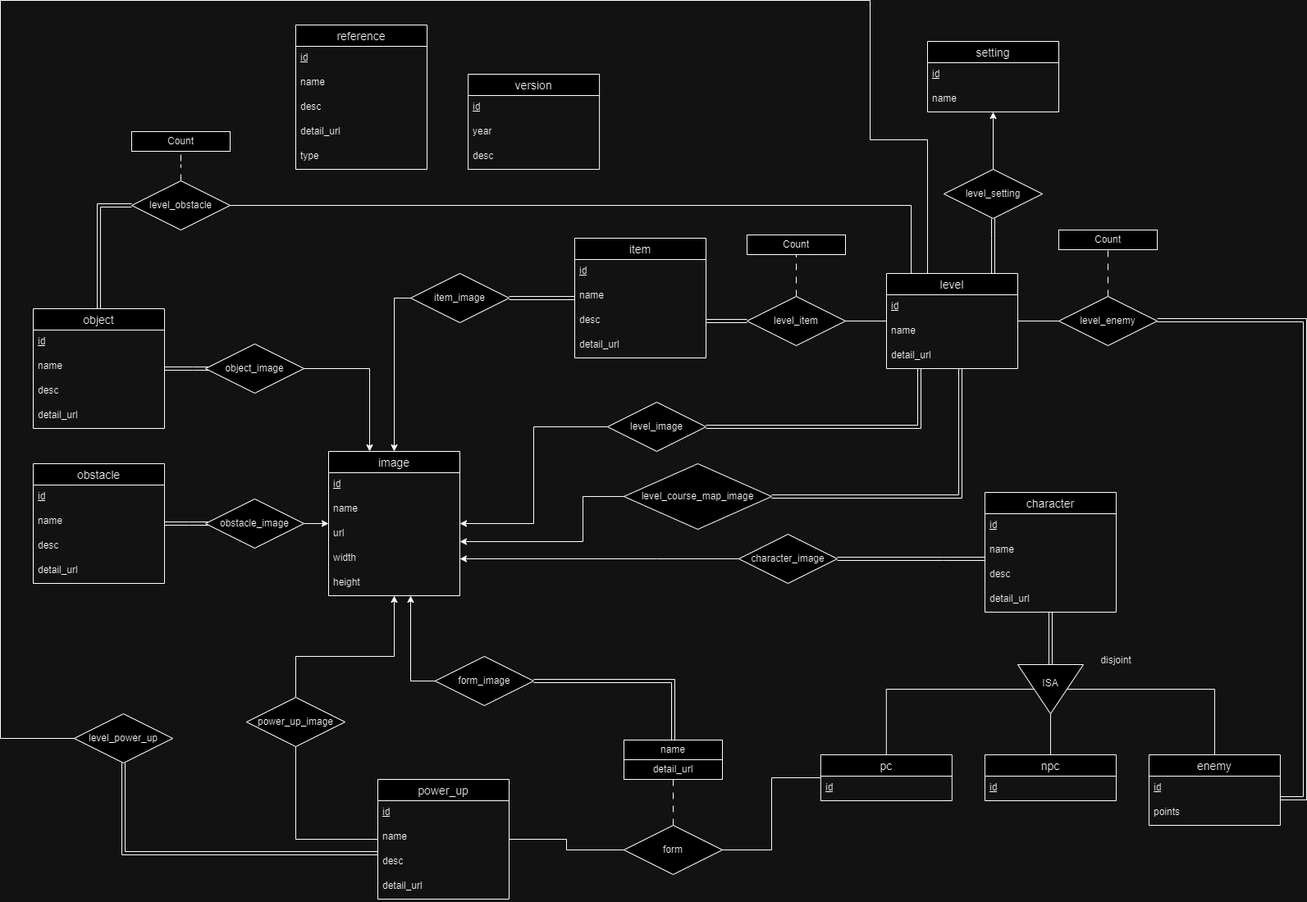
The draw.io diagram Data Storing/design/Mario-DB-ER.drawio.png in wargabasdat/Seleksi-2024-Tugas-1, before a commit. Source tidied: cells renumbered, new cells last; positions are measured from the earlier drawing's top-left corner, leaving out a move shared by most shapes.
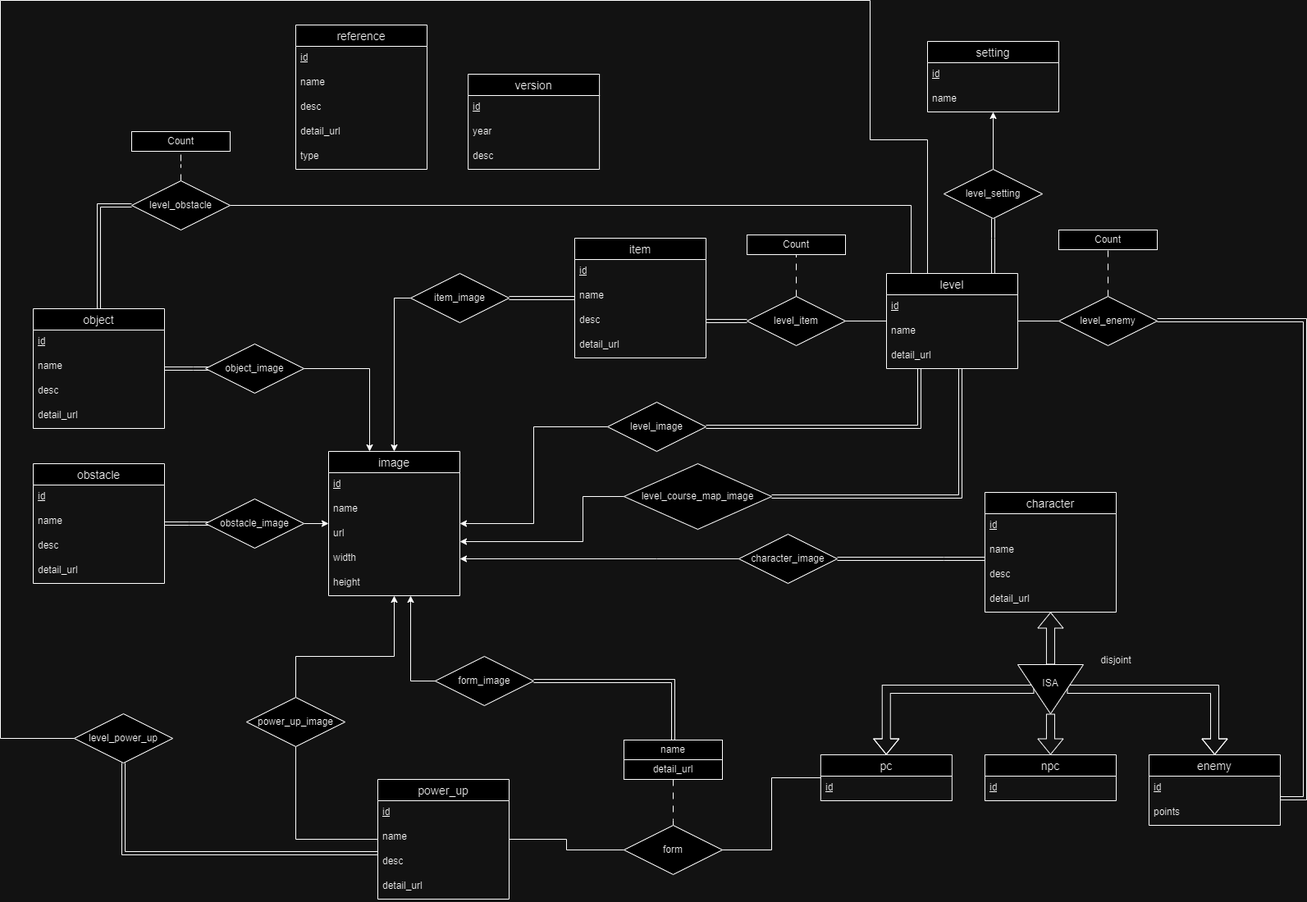
The same file after the commit.

Change to the diagram source:
```diff
@@ -96,7 +96,7 @@
         </Array>
       </mxGeometry>
     </mxCell>
-    <mxCell id="23" style="edgeStyle=orthogonalEdgeStyle;rounded=0;jettySize=auto;html=1;entryX=0.5;entryY=0;entryDx=0;entryDy=0;endArrow=none;endFill=0;" parent="1" edge="1" source="24" target="105">
+    <mxCell id="23" style="edgeStyle=orthogonalEdgeStyle;rounded=0;jettySize=auto;html=1;entryX=0.5;entryY=0;entryDx=0;entryDy=0;endArrow=none;endFill=0;startArrow=classic;startFill=1;shape=flexArrow;" parent="1" edge="1" source="24" target="105">
       <mxGeometry relative="1" as="geometry">
         <Array as="points">
           <mxPoint x="1480" y="840" />
@@ -345,7 +345,7 @@
     <mxCell id="89" value="&lt;span style=&quot;background-color: initial;&quot;&gt;form_&lt;/span&gt;&lt;span style=&quot;background-color: initial;&quot;&gt;image&lt;/span&gt;" style="shape=rhombus;perimeter=rhombusPerimeter;whiteSpace=wrap;html=1;align=center;labelBackgroundColor=none;" parent="1" vertex="1">
       <mxGeometry x="529.9" y="800" width="120" height="60" as="geometry" />
     </mxCell>
-    <mxCell id="90" style="edgeStyle=orthogonalEdgeStyle;rounded=0;jettySize=auto;html=1;entryX=0;entryY=0.5;entryDx=0;entryDy=0;endArrow=none;endFill=0;shape=link;" parent="1" edge="1" source="92" target="105">
+    <mxCell id="90" style="edgeStyle=orthogonalEdgeStyle;rounded=0;jettySize=auto;html=1;entryX=0;entryY=0.5;entryDx=0;entryDy=0;endArrow=none;endFill=0;shape=flexArrow;startArrow=block;" parent="1" edge="1" source="92" target="105">
       <mxGeometry relative="1" as="geometry" />
     </mxCell>
     <mxCell id="91" style="edgeStyle=orthogonalEdgeStyle;rounded=0;jettySize=auto;html=1;entryX=1;entryY=0.5;entryDx=0;entryDy=0;endArrow=none;endFill=0;shape=link;" parent="1" edge="1" source="92" target="111">
@@ -371,7 +371,7 @@
     <mxCell id="96" value="detail_url" style="text;strokeColor=none;fillColor=none;spacingLeft=4;spacingRight=4;overflow=hidden;fontSize=12;whiteSpace=wrap;html=1;labelBackgroundColor=none;" parent="92" vertex="1">
       <mxGeometry y="116" width="160" height="30" as="geometry" />
     </mxCell>
-    <mxCell id="97" style="edgeStyle=orthogonalEdgeStyle;rounded=0;jettySize=auto;html=1;entryX=1;entryY=0.5;entryDx=0;entryDy=0;endArrow=none;endFill=0;" parent="1" edge="1" source="98" target="105">
+    <mxCell id="97" style="edgeStyle=orthogonalEdgeStyle;rounded=0;jettySize=auto;html=1;entryX=1;entryY=0.5;entryDx=0;entryDy=0;endArrow=none;endFill=0;shape=flexArrow;startArrow=block;" parent="1" edge="1" source="98" target="105">
       <mxGeometry relative="1" as="geometry" />
     </mxCell>
     <mxCell id="98" value="npc" style="swimlane;fontStyle=0;horizontal=1;startSize=26;align=center;fontSize=14;labelBackgroundColor=none;" parent="1" vertex="1">
@@ -380,7 +380,7 @@
     <mxCell id="99" value="&lt;u&gt;id&lt;/u&gt;" style="text;strokeColor=none;fillColor=none;spacingLeft=4;spacingRight=4;overflow=hidden;fontSize=12;whiteSpace=wrap;html=1;labelBackgroundColor=none;" parent="98" vertex="1">
       <mxGeometry y="26" width="160" height="30" as="geometry" />
     </mxCell>
-    <mxCell id="100" style="edgeStyle=orthogonalEdgeStyle;rounded=0;jettySize=auto;html=1;entryX=0.5;entryY=1;entryDx=0;entryDy=0;endArrow=none;endFill=0;" parent="1" edge="1" source="102" target="105">
+    <mxCell id="100" style="edgeStyle=orthogonalEdgeStyle;rounded=0;jettySize=auto;html=1;entryX=0.5;entryY=1;entryDx=0;entryDy=0;endArrow=none;endFill=0;startArrow=classic;startFill=1;shape=flexArrow;" parent="1" edge="1" source="102" target="105">
       <mxGeometry relative="1" as="geometry">
         <Array as="points">
           <mxPoint x="1080" y="840" />
```
